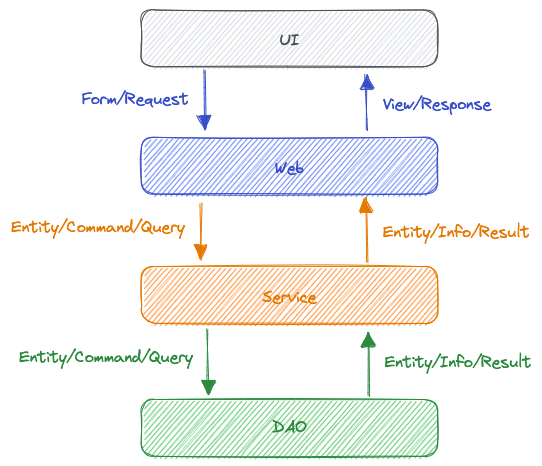
acomma/duck keeps this Excalidraw diagram as docs/hierarchical-domain-model-specification.excalidraw.png. Above is the earlier version. Source tidied: one line per element, renumbered; positions are measured from the earlier drawing's top-left corner, leaving out a move shared by most shapes.
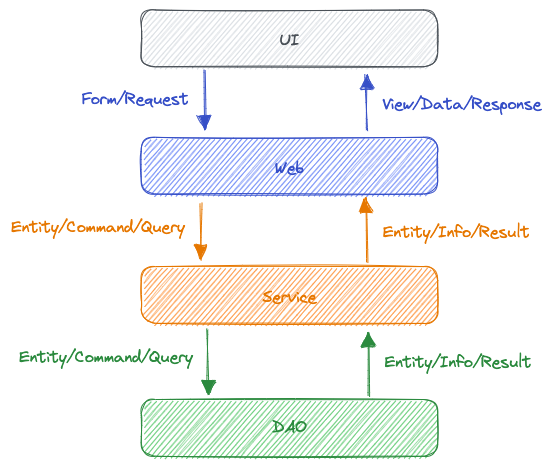
Above is the later version.

Commit message:
feature: 分层领域模型

Change to the diagram source:
```diff
@@ -13,7 +13,7 @@
 {"id": 12, "type": "arrow", "strokeColor": "#2b8a3e", "strokeWidth": 1, "roughness": 1, "endArrowhead": "triangle", "from": 6, "to": 4, "x": 360, "y": 387, "width": 2, "height": 64, "points": [[0, 0], [-2, -64]]}
 {"id": 13, "type": "arrow", "strokeColor": "#e67700", "strokeWidth": 1, "roughness": 1, "endArrowhead": "triangle", "from": 4, "to": 2, "x": 358, "y": 252, "width": 2, "height": 64, "points": [[0, 0], [-2, -64]]}
 {"id": 14, "type": "text", "text": "Form/Request", "strokeColor": "#364fc7", "strokeWidth": 1, "roughness": 1, "fontSize": 16, "fontFamily": 1, "textAlign": "center", "x": 71, "y": 80, "width": 109, "height": 20}
-{"id": 15, "type": "text", "text": "View/Response", "strokeColor": "#364fc7", "strokeWidth": 1, "roughness": 1, "fontSize": 16, "fontFamily": 1, "textAlign": "center", "x": 372, "y": 85, "width": 110, "height": 20}
+{"id": 15, "type": "text", "text": "View/Data/Response", "strokeColor": "#364fc7", "strokeWidth": 1, "roughness": 1, "fontSize": 16, "fontFamily": 1, "textAlign": "center", "x": 371, "y": 85, "width": 161, "height": 20}
 {"id": 16, "type": "text", "text": "Entity/Command/Query", "strokeColor": "#e67700", "strokeWidth": 1, "roughness": 1, "fontSize": 16, "fontFamily": 1, "textAlign": "center", "x": 0, "y": 208, "width": 176, "height": 20}
 {"id": 17, "type": "text", "text": "Entity/Info/Result", "strokeColor": "#e67700", "strokeWidth": 1, "roughness": 1, "fontSize": 16, "fontFamily": 1, "textAlign": "center", "x": 372, "y": 213, "width": 149, "height": 20}
 {"id": 18, "type": "text", "text": "Entity/Info/Result", "strokeColor": "#2b8a3e", "strokeWidth": 1, "roughness": 1, "fontSize": 16, "fontFamily": 1, "textAlign": "center", "x": 374, "y": 343, "width": 149, "height": 20}
```
